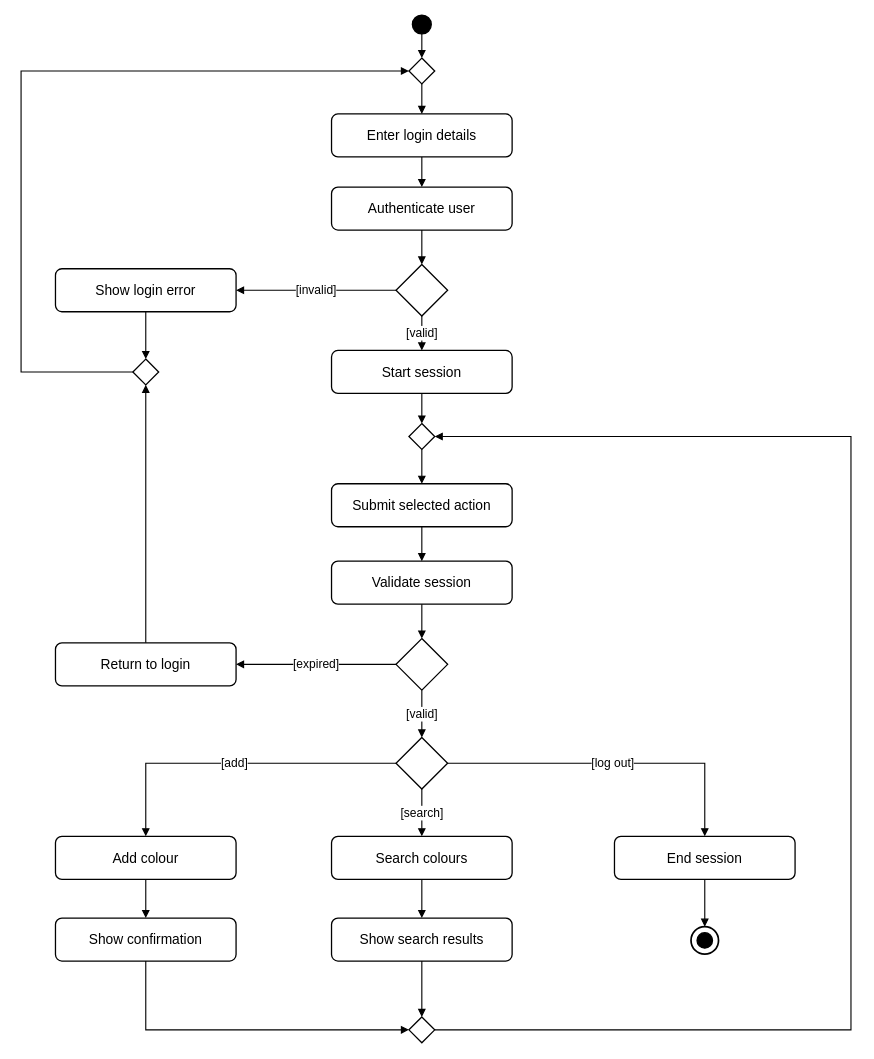
Above: docs/uml/activity.drawio in milesrack/colors-lamp (draw.io), before the change. Source tidied: cells renumbered, new cells numbered last; positions are measured from the earlier drawing's top-left corner, leaving out a move shared by most shapes. Both pictures are drawn from the tidied source at 86%, with x=0, y=0 at pixel (21, 15).
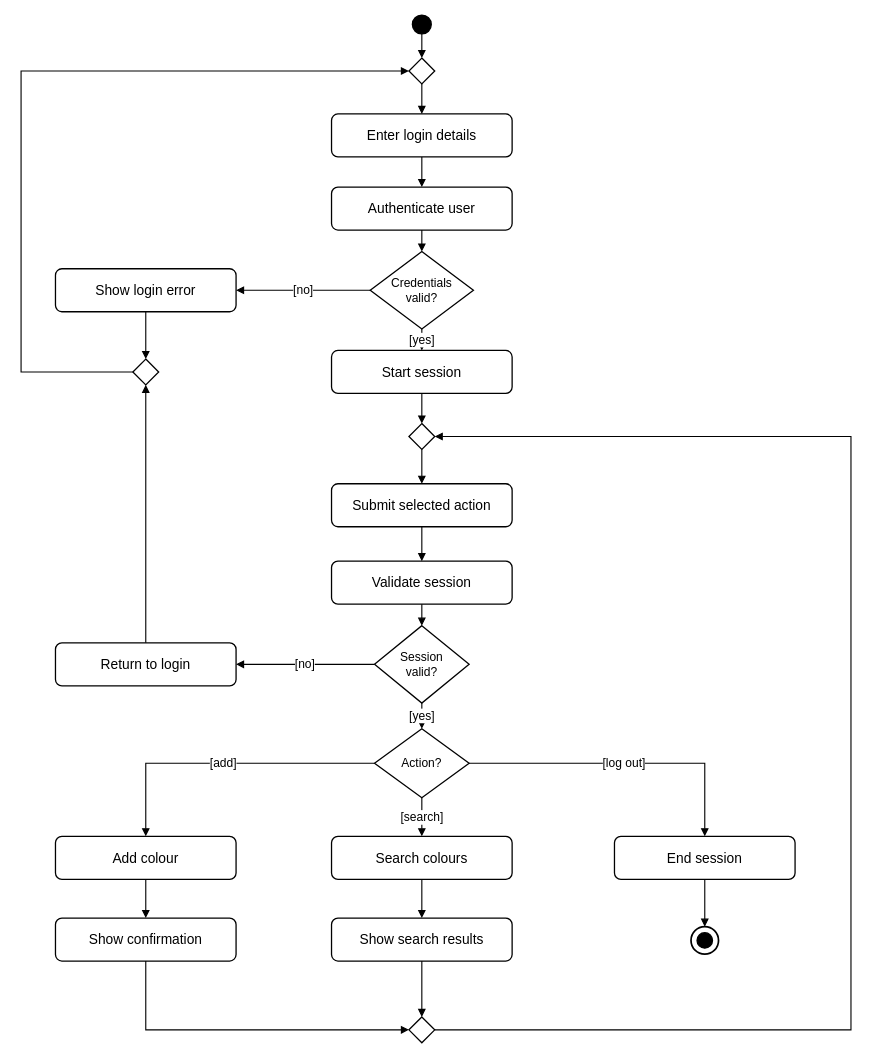
The same page after the edit.

Commit message (it also covers changes not shown here):
docs(uml): label activity decisions

The change refers to these unchanged cells:
```xml
<mxCell id="7" value="Show login error" style="html=1;whiteSpace=wrap;fontFamily=Helvetica;fontSize=16;fontColor=#000000;strokeColor=#000000;fillColor=#FFFFFF;strokeWidth=1.5;rounded=1;arcSize=15;" parent="1" vertex="1">
  <mxGeometry x="40" y="295" width="210" height="50" as="geometry" />
</mxCell>
<mxCell id="9" value="Start session" style="html=1;whiteSpace=wrap;fontFamily=Helvetica;fontSize=16;fontColor=#000000;strokeColor=#000000;fillColor=#FFFFFF;strokeWidth=1.5;rounded=1;arcSize=15;" parent="1" vertex="1">
  <mxGeometry x="361" y="390" width="210" height="50" as="geometry" />
</mxCell>
<mxCell id="14" value="Return to login" style="html=1;whiteSpace=wrap;fontFamily=Helvetica;fontSize=16;fontColor=#000000;strokeColor=#000000;fillColor=#FFFFFF;strokeWidth=1.5;rounded=1;arcSize=15;" parent="1" vertex="1">
  <mxGeometry x="40" y="730" width="210" height="50" as="geometry" />
</mxCell>
```

Change to the diagram source:
```diff
@@
-    <mxCell id="6" style="html=1;whiteSpace=wrap;fontFamily=Helvetica;fontSize=16;fontColor=#000000;strokeColor=#000000;fillColor=#FFFFFF;strokeWidth=1.5;rhombus;" parent="1" vertex="1">
-      <mxGeometry x="436" y="290" width="60" height="60" as="geometry" />
+    <mxCell id="6" value="Credentials&lt;br&gt;valid?" style="html=1;whiteSpace=wrap;fontFamily=Helvetica;fontSize=16;fontColor=#000000;strokeColor=#000000;fillColor=#FFFFFF;strokeWidth=1.5;rhombus;fontSize=14;" parent="1" vertex="1">
+      <mxGeometry x="406" y="275" width="120" height="90" as="geometry" />
     </mxCell>
@@
-    <mxCell id="13" style="html=1;whiteSpace=wrap;fontFamily=Helvetica;fontSize=16;fontColor=#000000;strokeColor=#000000;fillColor=#FFFFFF;strokeWidth=1.5;rhombus;" parent="1" vertex="1">
-      <mxGeometry x="436" y="725" width="60" height="60" as="geometry" />
+    <mxCell id="13" value="Session&lt;br&gt;valid?" style="html=1;whiteSpace=wrap;fontFamily=Helvetica;fontSize=16;fontColor=#000000;strokeColor=#000000;fillColor=#FFFFFF;strokeWidth=1.5;rhombus;fontSize=14;" parent="1" vertex="1">
+      <mxGeometry x="411" y="710" width="110" height="90" as="geometry" />
     </mxCell>
@@
-    <mxCell id="15" style="html=1;whiteSpace=wrap;fontFamily=Helvetica;fontSize=16;fontColor=#000000;strokeColor=#000000;fillColor=#FFFFFF;strokeWidth=1.5;rhombus;" parent="1" vertex="1">
-      <mxGeometry x="436" y="840" width="60" height="60" as="geometry" />
+    <mxCell id="15" value="Action?" style="html=1;whiteSpace=wrap;fontFamily=Helvetica;fontSize=16;fontColor=#000000;strokeColor=#000000;fillColor=#FFFFFF;strokeWidth=1.5;rhombus;fontSize=14;" parent="1" vertex="1">
+      <mxGeometry x="411" y="830" width="110" height="80" as="geometry" />
     </mxCell>
@@
-    <mxCell id="36" value="[invalid]" style="edgeStyle=orthogonalEdgeStyle;rounded=0;html=1;fontFamily=Helvetica;fontSize=14;fontColor=#000000;strokeColor=#000000;strokeWidth=1.3;labelBackgroundColor=#FFFFFF;endArrow=block;endFill=1;jettySize=auto;exitX=0.5;exitY=1;entryX=0.5;entryY=0;jettySize=0;exitX=0;exitY=0.5;entryX=1;entryY=0.5;" parent="1" edge="1" source="6" target="7">
+    <mxCell id="36" value="[no]" style="edgeStyle=orthogonalEdgeStyle;rounded=0;html=1;fontFamily=Helvetica;fontSize=14;fontColor=#000000;strokeColor=#000000;strokeWidth=1.3;labelBackgroundColor=#FFFFFF;endArrow=block;endFill=1;jettySize=auto;exitX=0.5;exitY=1;entryX=0.5;entryY=0;jettySize=0;exitX=0;exitY=0.5;entryX=1;entryY=0.5;" parent="1" edge="1" source="6" target="7">
       <mxGeometry relative="1" as="geometry" />
     </mxCell>
@@
-    <mxCell id="38" value="[valid]" style="edgeStyle=orthogonalEdgeStyle;rounded=0;html=1;fontFamily=Helvetica;fontSize=14;fontColor=#000000;strokeColor=#000000;strokeWidth=1.3;labelBackgroundColor=#FFFFFF;endArrow=block;endFill=1;jettySize=auto;exitX=0.5;exitY=1;entryX=0.5;entryY=0;jettySize=0;" parent="1" edge="1" source="6" target="9">
+    <mxCell id="38" value="[yes]" style="edgeStyle=orthogonalEdgeStyle;rounded=0;html=1;fontFamily=Helvetica;fontSize=14;fontColor=#000000;strokeColor=#000000;strokeWidth=1.3;labelBackgroundColor=#FFFFFF;endArrow=block;endFill=1;jettySize=auto;exitX=0.5;exitY=1;entryX=0.5;entryY=0;jettySize=0;" parent="1" edge="1" source="6" target="9">
       <mxGeometry relative="1" as="geometry" />
     </mxCell>
-    <mxCell id="39" value="[expired]" style="edgeStyle=orthogonalEdgeStyle;rounded=0;html=1;fontFamily=Helvetica;fontSize=14;fontColor=#000000;strokeColor=#000000;strokeWidth=1.3;labelBackgroundColor=#FFFFFF;endArrow=block;endFill=1;jettySize=auto;exitX=0.5;exitY=1;entryX=0.5;entryY=0;jettySize=0;exitX=0;exitY=0.5;entryX=1;entryY=0.5;" parent="1" edge="1" source="13" target="14">
+    <mxCell id="39" value="[no]" style="edgeStyle=orthogonalEdgeStyle;rounded=0;html=1;fontFamily=Helvetica;fontSize=14;fontColor=#000000;strokeColor=#000000;strokeWidth=1.3;labelBackgroundColor=#FFFFFF;endArrow=block;endFill=1;jettySize=auto;exitX=0.5;exitY=1;entryX=0.5;entryY=0;jettySize=0;exitX=0;exitY=0.5;entryX=1;entryY=0.5;" parent="1" edge="1" source="13" target="14">
       <mxGeometry relative="1" as="geometry" />
     </mxCell>
@@
-    <mxCell id="42" value="[valid]" style="edgeStyle=orthogonalEdgeStyle;rounded=0;html=1;fontFamily=Helvetica;fontSize=14;fontColor=#000000;strokeColor=#000000;strokeWidth=1.3;labelBackgroundColor=#FFFFFF;endArrow=block;endFill=1;jettySize=auto;exitX=0.5;exitY=1;entryX=0.5;entryY=0;jettySize=0;" parent="1" edge="1" source="13" target="15">
+    <mxCell id="42" value="[yes]" style="edgeStyle=orthogonalEdgeStyle;rounded=0;html=1;fontFamily=Helvetica;fontSize=14;fontColor=#000000;strokeColor=#000000;strokeWidth=1.3;labelBackgroundColor=#FFFFFF;endArrow=block;endFill=1;jettySize=auto;exitX=0.5;exitY=1;entryX=0.5;entryY=0;jettySize=0;" parent="1" edge="1" source="13" target="15">
       <mxGeometry relative="1" as="geometry" />
     </mxCell>
```
